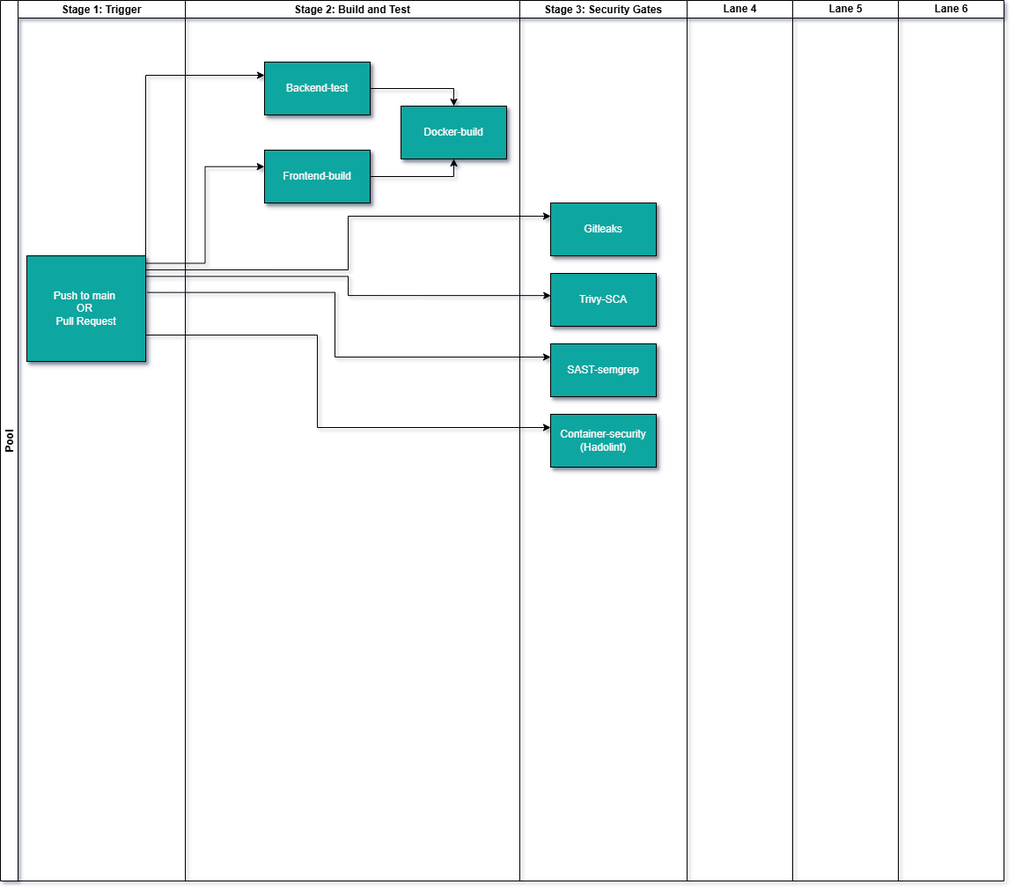
Above: docs/CICD_Pipeline.png in Sunloid/DevSecOps_Automated_CICD_pipeline (draw.io), before the change. Source tidied: cells renumbered, new cells last; positions are measured from the earlier drawing's top-left corner, leaving out a move shared by most shapes.
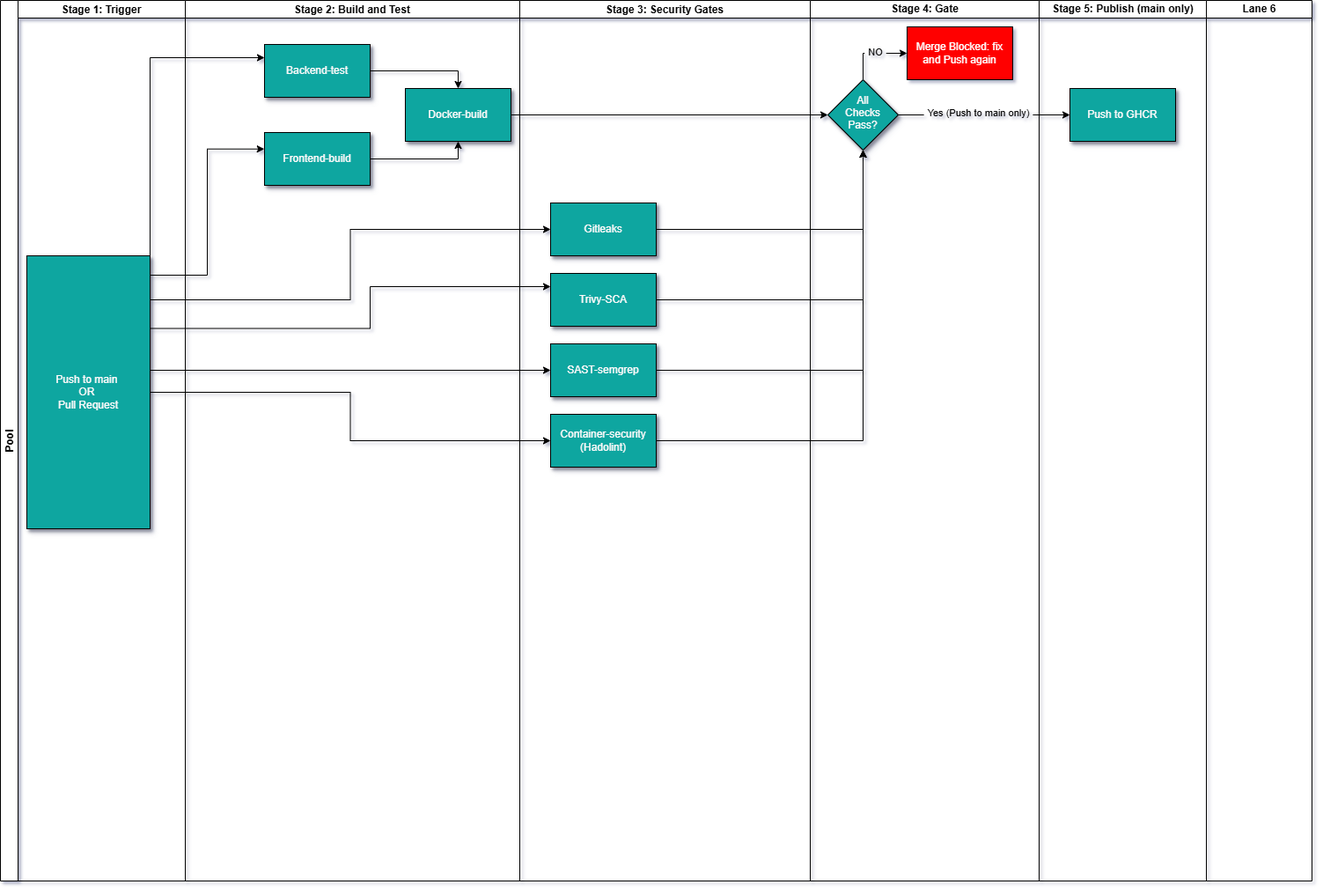
After the change.

Diff of the diagram source:
```diff
@@ -2,14 +2,29 @@
   <root>
     <mxCell id="0" />
     <mxCell id="1" parent="0" />
-    <mxCell id="2" value="Lane 4" style="swimlane;startSize=20;html=1;" parent="1" vertex="1">
-      <mxGeometry x="780" width="120" height="1000" as="geometry" />
+    <mxCell id="2" value="Stage 4: Gate" style="swimlane;startSize=20;html=1;" parent="1" vertex="1">
+      <mxGeometry x="920" width="260" height="1000" as="geometry" />
     </mxCell>
+    <mxCell id="25" style="edgeStyle=orthogonalEdgeStyle;rounded=0;jettySize=auto;html=1;exitX=0.5;exitY=0;exitDx=0;exitDy=0;entryX=0;entryY=0.5;entryDx=0;entryDy=0;defaultLabelBackgroundColor=page;labelPadding=0 4;" parent="2" edge="1" source="27" target="28">
+      <mxGeometry relative="1" as="geometry" />
+    </mxCell>
+    <mxCell id="26" value="NO" style="edgeLabel;html=1;align=center;verticalAlign=middle;inheritText=1;defaultLabelBackgroundColor=page;labelPadding=0 4;" parent="25" vertex="1">
+      <mxGeometry x="0.07" y="2" relative="1" as="geometry" />
+    </mxCell>
+    <mxCell id="27" value="All Checks Pass?" style="rhombus;whiteSpace=wrap;html=1;shapeInside=1;rounded=0;shadow=1;strokeColor=default;align=center;verticalAlign=middle;fontFamily=Helvetica;fontSize=12;fontColor=light-dark(#fffafa, #ededed);fontStyle=0;labelBorderColor=none;fillColor=light-dark(#0EA6A0,#54887C);" parent="2" vertex="1">
+      <mxGeometry x="20" y="90" width="80" height="80" as="geometry" />
+    </mxCell>
+    <mxCell id="28" value="Merge Blocked: fix and Push again" style="rounded=0;whiteSpace=wrap;html=1;fillColor=light-dark(#ff0000, #ededed);fontColor=light-dark(#ffffff, #ededed);" parent="2" vertex="1">
+      <mxGeometry x="110" y="30" width="120" height="60" as="geometry" />
+    </mxCell>
-    <mxCell id="3" value="Lane 5" style="swimlane;startSize=20;html=1;" parent="1" vertex="1">
-      <mxGeometry x="900" width="120" height="1000" as="geometry" />
+    <mxCell id="3" value="Stage 5: Publish (main only)" style="swimlane;startSize=20;html=1;" parent="1" vertex="1">
+      <mxGeometry x="1180" width="190" height="1000" as="geometry" />
     </mxCell>
+    <mxCell id="29" value="Push to GHCR" style="rounded=0;whiteSpace=wrap;html=1;textShadow=0;labelBorderColor=none;fillColor=light-dark(#0EA6A0,#54887C);fontStyle=0;fontColor=light-dark(#fffafa, #ededed);shadow=1;" parent="3" vertex="1">
+      <mxGeometry x="35" y="100" width="120" height="60" as="geometry" />
+    </mxCell>
     <mxCell id="4" value="Lane 6" style="swimlane;startSize=20;html=1;" parent="1" vertex="1">
-      <mxGeometry x="1020" width="120" height="1000" as="geometry" />
+      <mxGeometry x="1370" width="120" height="1000" as="geometry" />
     </mxCell>
     <mxCell id="5" value="Pool" style="swimlane;startSize=20;horizontal=0;" parent="1" vertex="1">
       <mxGeometry width="210" height="1000" as="geometry" />
@@ -18,10 +33,10 @@
       <mxGeometry x="20" width="190" height="1000" as="geometry" />
     </mxCell>
     <mxCell id="7" value="Push to main&amp;nbsp;&lt;br&gt;OR&amp;nbsp;&lt;br&gt;Pull Request" style="rounded=0;whiteSpace=wrap;html=1;textShadow=0;labelBorderColor=none;fillColor=light-dark(#0EA6A0,#54887C);fontStyle=0;fontColor=light-dark(#fffafa, #ededed);shadow=1;" parent="6" vertex="1">
-      <mxGeometry x="10" y="290" width="135" height="120" as="geometry" />
+      <mxGeometry x="10" y="290" width="140" height="310" as="geometry" />
     </mxCell>
     <mxCell id="8" value="Stage 3: Security Gates" style="swimlane;startSize=20;" parent="1" vertex="1">
-      <mxGeometry x="590" width="190" height="1000" as="geometry" />
+      <mxGeometry x="590" width="330" height="1000" as="geometry" />
     </mxCell>
     <mxCell id="9" value="Gitleaks" style="rounded=0;whiteSpace=wrap;html=1;textShadow=0;labelBorderColor=none;fillColor=light-dark(#0EA6A0,#54887C);fontStyle=0;fontColor=light-dark(#fffafa, #ededed);shadow=1;" parent="8" vertex="1">
       <mxGeometry x="35" y="230" width="120" height="60" as="geometry" />
@@ -42,13 +57,13 @@
       <mxGeometry relative="1" as="geometry" />
     </mxCell>
     <mxCell id="15" value="Backend-test" style="rounded=0;whiteSpace=wrap;html=1;textShadow=0;labelBorderColor=none;fillColor=light-dark(#0EA6A0,#54887C);fontStyle=0;fontColor=light-dark(#fffafa, #ededed);shadow=1;" parent="13" vertex="1">
-      <mxGeometry x="90" y="70" width="120" height="60" as="geometry" />
+      <mxGeometry x="90" y="50" width="120" height="60" as="geometry" />
     </mxCell>
     <mxCell id="16" value="Frontend-build" style="rounded=0;whiteSpace=wrap;html=1;textShadow=0;labelBorderColor=none;fillColor=light-dark(#0EA6A0,#54887C);fontStyle=0;fontColor=light-dark(#fffafa, #ededed);shadow=1;" parent="13" vertex="1">
-      <mxGeometry x="90" y="170" width="120" height="60" as="geometry" />
+      <mxGeometry x="90" y="150" width="120" height="60" as="geometry" />
     </mxCell>
     <mxCell id="17" value="Docker-build" style="rounded=0;whiteSpace=wrap;html=1;textShadow=0;labelBorderColor=none;fillColor=light-dark(#0EA6A0,#54887C);fontStyle=0;fontColor=light-dark(#fffafa, #ededed);shadow=1;" parent="13" vertex="1">
-      <mxGeometry x="245" y="120" width="120" height="60" as="geometry" />
+      <mxGeometry x="250" y="100" width="120" height="60" as="geometry" />
     </mxCell>
     <mxCell id="18" style="edgeStyle=orthogonalEdgeStyle;rounded=0;jettySize=auto;html=1;exitX=1;exitY=0.5;exitDx=0;exitDy=0;entryX=0.5;entryY=1;entryDx=0;entryDy=0;defaultLabelBackgroundColor=page;labelPadding=0 4;" parent="13" edge="1" source="16" target="17">
       <mxGeometry x="0.04" relative="1" as="geometry" />
@@ -56,30 +71,58 @@
     <mxCell id="19" style="edgeStyle=orthogonalEdgeStyle;rounded=0;jettySize=auto;html=1;entryX=-0.002;entryY=0.312;entryDx=0;entryDy=0;entryPerimeter=0;defaultLabelBackgroundColor=page;labelPadding=0 4;exitX=1.002;exitY=0.071;exitDx=0;exitDy=0;exitPerimeter=0;" parent="1" edge="1" source="7" target="16">
       <mxGeometry relative="1" as="geometry" />
     </mxCell>
+    <mxCell id="21" style="edgeStyle=orthogonalEdgeStyle;rounded=0;jettySize=auto;html=1;exitX=1;exitY=0;exitDx=0;exitDy=0;entryX=0;entryY=0.25;entryDx=0;entryDy=0;defaultLabelBackgroundColor=page;labelPadding=0 4;" parent="1" edge="1" source="7" target="15">
+      <mxGeometry relative="1" as="geometry" />
+    </mxCell>
-    <mxCell id="20" style="edgeStyle=orthogonalEdgeStyle;rounded=0;jettySize=auto;html=1;exitX=1;exitY=0.133;exitDx=0;exitDy=0;entryX=0;entryY=0.25;entryDx=0;entryDy=0;defaultLabelBackgroundColor=page;labelPadding=0 4;exitPerimeter=0;" parent="1" edge="1" source="7" target="9">
-      <mxGeometry x="-0.05" relative="1" as="geometry" />
+    <mxCell id="20" style="edgeStyle=orthogonalEdgeStyle;rounded=0;jettySize=auto;html=1;exitX=1;exitY=0.25;exitDx=0;exitDy=0;entryX=0;entryY=0.5;entryDx=0;entryDy=0;defaultLabelBackgroundColor=page;labelPadding=0 4;" parent="1" edge="1" source="7" target="9">
+      <mxGeometry relative="1" as="geometry">
+        <Array as="points">
+          <mxPoint x="170" y="340" />
+          <mxPoint x="397.5" y="340" />
+          <mxPoint x="397.5" y="260" />
+        </Array>
+      </mxGeometry>
     </mxCell>
-    <mxCell id="21" style="edgeStyle=orthogonalEdgeStyle;rounded=0;jettySize=auto;html=1;exitX=1;exitY=0;exitDx=0;exitDy=0;entryX=0;entryY=0.25;entryDx=0;entryDy=0;defaultLabelBackgroundColor=page;labelPadding=0 4;" parent="1" edge="1" source="7" target="15">
-      <mxGeometry relative="1" as="geometry" />
-    </mxCell>
-    <mxCell id="22" style="edgeStyle=orthogonalEdgeStyle;rounded=0;jettySize=auto;html=1;exitX=0.998;exitY=0.195;exitDx=0;exitDy=0;entryX=0.002;entryY=0.419;entryDx=0;entryDy=0;entryPerimeter=0;defaultLabelBackgroundColor=page;labelPadding=0 4;exitPerimeter=0;" parent="1" edge="1" source="7" target="10">
-      <mxGeometry relative="1" as="geometry" />
+    <mxCell id="22" style="edgeStyle=orthogonalEdgeStyle;rounded=0;jettySize=auto;html=1;exitX=1;exitY=0.25;exitDx=0;exitDy=0;entryX=0;entryY=0.25;entryDx=0;entryDy=0;defaultLabelBackgroundColor=page;labelPadding=0 4;" parent="1" edge="1" source="7" target="10">
+      <mxGeometry x="-0.03" relative="1" as="geometry">
+        <Array as="points">
+          <mxPoint x="420" y="372.5" />
+          <mxPoint x="420" y="325" />
+        </Array>
+      </mxGeometry>
     </mxCell>
-    <mxCell id="23" style="edgeStyle=orthogonalEdgeStyle;rounded=0;jettySize=auto;html=1;exitX=1.015;exitY=0.347;exitDx=0;exitDy=0;entryX=0;entryY=0.25;entryDx=0;entryDy=0;defaultLabelBackgroundColor=page;labelPadding=0 4;exitPerimeter=0;" parent="1" edge="1" source="7" target="11">
-      <mxGeometry x="0.03" relative="1" as="geometry">
+    <mxCell id="23" style="edgeStyle=orthogonalEdgeStyle;rounded=0;jettySize=auto;html=1;exitX=1;exitY=0.5;exitDx=0;exitDy=0;entryX=0;entryY=0.5;entryDx=0;entryDy=0;defaultLabelBackgroundColor=page;labelPadding=0 4;" parent="1" edge="1" source="7" target="11">
+      <mxGeometry relative="1" as="geometry">
         <Array as="points">
-          <mxPoint x="380" y="331.6" />
-          <mxPoint x="380" y="405" />
+          <mxPoint x="170" y="420" />
         </Array>
       </mxGeometry>
     </mxCell>
-    <mxCell id="24" style="edgeStyle=orthogonalEdgeStyle;rounded=0;jettySize=auto;html=1;exitX=1;exitY=0.75;exitDx=0;exitDy=0;entryX=0;entryY=0.25;entryDx=0;entryDy=0;defaultLabelBackgroundColor=page;labelPadding=0 4;" parent="1" edge="1" source="7" target="12">
-      <mxGeometry relative="1" as="geometry">
-        <Array as="points">
-          <mxPoint x="360" y="380" />
-          <mxPoint x="360" y="485" />
-        </Array>
-      </mxGeometry>
+    <mxCell id="24" style="edgeStyle=orthogonalEdgeStyle;rounded=0;jettySize=auto;html=1;exitX=1;exitY=0.5;exitDx=0;exitDy=0;entryX=0;entryY=0.5;entryDx=0;entryDy=0;defaultLabelBackgroundColor=page;labelPadding=0 4;" parent="1" edge="1" source="7" target="12">
+      <mxGeometry relative="1" as="geometry" />
     </mxCell>
+    <mxCell id="30" style="edgeStyle=orthogonalEdgeStyle;rounded=0;jettySize=auto;html=1;exitX=1;exitY=0.5;exitDx=0;exitDy=0;entryX=0.5;entryY=1;entryDx=0;entryDy=0;defaultLabelBackgroundColor=page;labelPadding=0 4;" parent="1" edge="1" source="9" target="27">
+      <mxGeometry relative="1" as="geometry" />
+    </mxCell>
+    <mxCell id="31" style="edgeStyle=orthogonalEdgeStyle;rounded=0;jettySize=auto;html=1;exitX=1;exitY=0.5;exitDx=0;exitDy=0;entryX=0.5;entryY=1;entryDx=0;entryDy=0;defaultLabelBackgroundColor=page;labelPadding=0 4;" parent="1" edge="1" source="10" target="27">
+      <mxGeometry relative="1" as="geometry" />
+    </mxCell>
+    <mxCell id="32" style="edgeStyle=orthogonalEdgeStyle;rounded=0;jettySize=auto;html=1;exitX=1;exitY=0.5;exitDx=0;exitDy=0;entryX=0.5;entryY=1;entryDx=0;entryDy=0;defaultLabelBackgroundColor=page;labelPadding=0 4;" parent="1" edge="1" source="11" target="27">
+      <mxGeometry relative="1" as="geometry" />
+    </mxCell>
+    <mxCell id="33" style="edgeStyle=orthogonalEdgeStyle;rounded=0;jettySize=auto;html=1;exitX=1;exitY=0.5;exitDx=0;exitDy=0;entryX=0.5;entryY=1;entryDx=0;entryDy=0;defaultLabelBackgroundColor=page;labelPadding=0 4;" parent="1" edge="1" source="12" target="27">
+      <mxGeometry relative="1" as="geometry" />
+    </mxCell>
+    <mxCell id="34" style="edgeStyle=orthogonalEdgeStyle;rounded=0;jettySize=auto;html=1;exitX=1;exitY=0.5;exitDx=0;exitDy=0;entryX=0;entryY=0.5;entryDx=0;entryDy=0;defaultLabelBackgroundColor=page;labelPadding=0 4;" parent="1" edge="1" source="17" target="27">
+      <mxGeometry relative="1" as="geometry" />
+    </mxCell>
+    <mxCell id="35" style="edgeStyle=orthogonalEdgeStyle;rounded=0;jettySize=auto;html=1;exitX=1;exitY=0.5;exitDx=0;exitDy=0;entryX=0;entryY=0.5;entryDx=0;entryDy=0;defaultLabelBackgroundColor=page;labelPadding=0 4;" parent="1" edge="1" source="27" target="29">
+      <mxGeometry relative="1" as="geometry" />
+    </mxCell>
+    <mxCell id="36" value="Yes (Push to main only)" style="edgeLabel;html=1;align=center;verticalAlign=middle;inheritText=1;defaultLabelBackgroundColor=page;labelPadding=0 4;" parent="35" vertex="1">
+      <mxGeometry x="-0.35" y="3" relative="1" as="geometry">
+        <mxPoint x="27" as="offset" />
+      </mxGeometry>
+    </mxCell>
   </root>
 </mxGraphModel>
```
